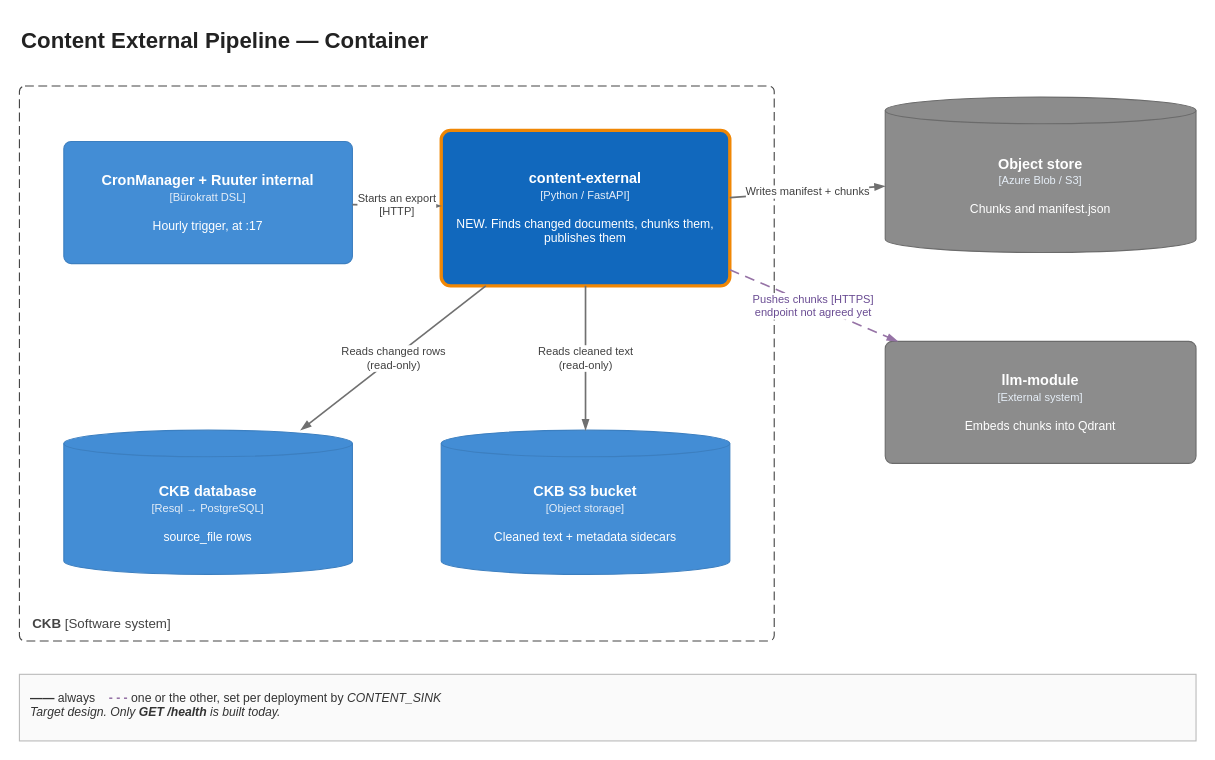
buerokratt/Common-Knowledge keeps this draw.io diagram as page "2. Container" (2 of 3) of content-external/docs/content-external-pipeline-architecture-diagram.drawio. Above is the earlier version. Source tidied: cells renumbered, new cells numbered last; positions are measured from the earlier drawing's top-left corner, leaving out a move shared by most shapes. Both pictures are drawn from the tidied source at 111%, with x=0, y=0 at pixel (19, 19).
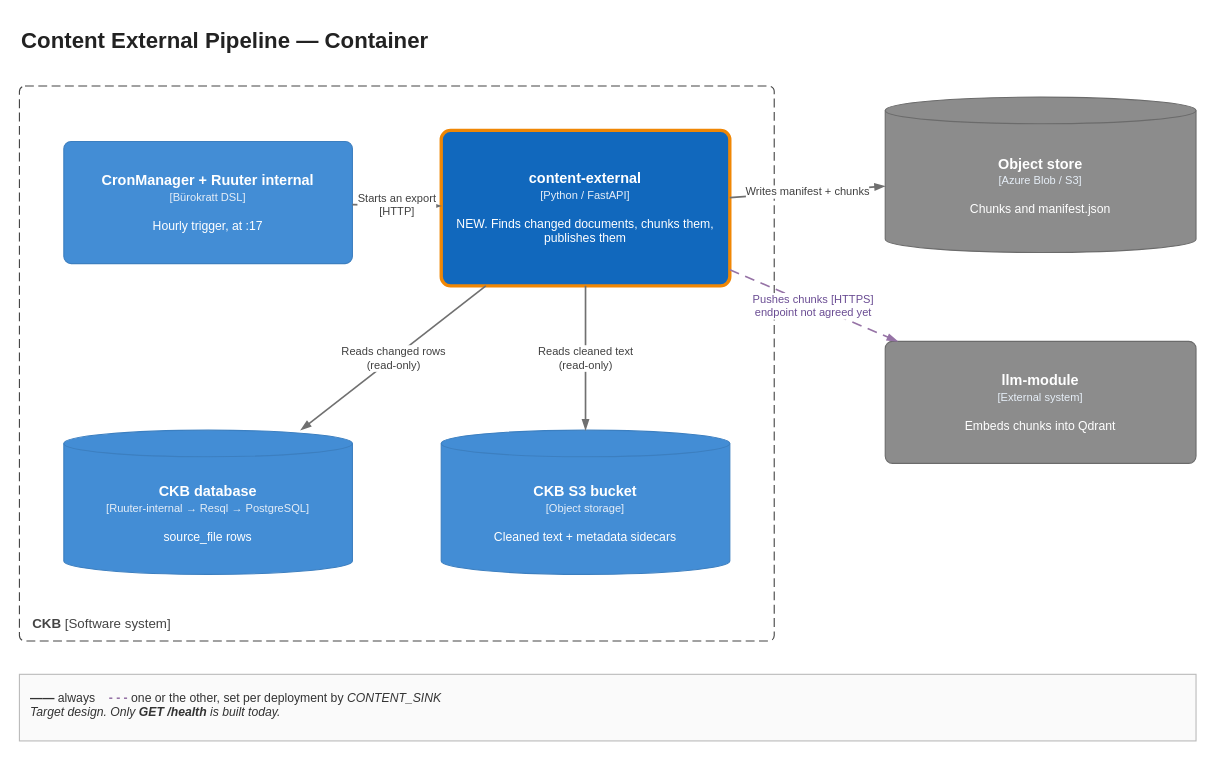
Above is the later version.

What changed in the source:
```diff
@@
 <mxGraphModel>
   <root>
     <mxCell id="0" />
     <mxCell id="1" parent="0" />
     <mxCell id="2" value="Content External Pipeline — Container" style="text;html=1;align=left;verticalAlign=top;whiteSpace=wrap;fontSize=20;fontStyle=1;fontColor=#222222;fontFamily=Helvetica;" parent="1" vertex="1">
       <mxGeometry width="900" height="40" as="geometry" />
     </mxCell>
     <mxCell id="3" value="&lt;b&gt;CKB&lt;/b&gt;  [Software system]" style="rounded=1;arcSize=1;whiteSpace=wrap;html=1;fillColor=none;dashed=1;dashPattern=8 4;strokeColor=#444444;fontColor=#444444;align=left;verticalAlign=bottom;spacingLeft=10;spacingBottom=6;fontSize=12;fontFamily=Helvetica;" parent="1" vertex="1">
       <mxGeometry y="60" width="680" height="500" as="geometry" />
     </mxCell>
     <mxCell id="4" value="&lt;b style='font-size:13px'&gt;CronManager + Ruuter internal&lt;/b&gt;&lt;br&gt;&lt;span style='font-size:10px;color:#E6EEF7'&gt;[Bürokratt DSL]&lt;/span&gt;&lt;br&gt;&lt;br&gt;&lt;span style='font-size:11px'&gt;Hourly trigger, at :17&lt;/span&gt;" style="rounded=1;arcSize=6;whiteSpace=wrap;html=1;fontSize=11;fontFamily=Helvetica;fillColor=#438DD5;strokeColor=#3C7FC0;fontColor=#ffffff;" parent="1" vertex="1">
       <mxGeometry x="40" y="110" width="260" height="110" as="geometry" />
     </mxCell>
     <mxCell id="5" value="&lt;b style='font-size:13px'&gt;content-external&lt;/b&gt;&lt;br&gt;&lt;span style='font-size:10px;color:#E6EEF7'&gt;[Python / FastAPI]&lt;/span&gt;&lt;br&gt;&lt;br&gt;&lt;span style='font-size:11px'&gt;NEW. Finds changed documents, chunks them, publishes them&lt;/span&gt;" style="rounded=1;arcSize=6;whiteSpace=wrap;html=1;fontSize=11;fontFamily=Helvetica;fillColor=#1168BD;strokeColor=#F08705;strokeWidth=3;fontColor=#ffffff;" parent="1" vertex="1">
       <mxGeometry x="380" y="100" width="260" height="140" as="geometry" />
     </mxCell>
-    <mxCell id="6" value="&lt;b style='font-size:13px'&gt;CKB database&lt;/b&gt;&lt;br&gt;&lt;span style='font-size:10px;color:#E6EEF7'&gt;[Resql → PostgreSQL]&lt;/span&gt;&lt;br&gt;&lt;br&gt;&lt;span style='font-size:11px'&gt;source_file rows&lt;/span&gt;" style="shape=cylinder3;boundedLbl=1;backgroundOutline=1;size=12;whiteSpace=wrap;html=1;fontSize=11;fontFamily=Helvetica;fillColor=#438DD5;strokeColor=#3C7FC0;fontColor=#ffffff;" parent="1" vertex="1">
+    <mxCell id="6" value="&lt;b style='font-size:13px'&gt;CKB database&lt;/b&gt;&lt;br&gt;&lt;span style='font-size:10px;color:#E6EEF7'&gt;[Ruuter-internal → Resql → PostgreSQL]&lt;/span&gt;&lt;br&gt;&lt;br&gt;&lt;span style='font-size:11px'&gt;source_file rows&lt;/span&gt;" style="shape=cylinder3;boundedLbl=1;backgroundOutline=1;size=12;whiteSpace=wrap;html=1;fontSize=11;fontFamily=Helvetica;fillColor=#438DD5;strokeColor=#3C7FC0;fontColor=#ffffff;" parent="1" vertex="1">
       <mxGeometry x="40" y="370" width="260" height="130" as="geometry" />
     </mxCell>
     <mxCell id="7" value="&lt;b style='font-size:13px'&gt;CKB S3 bucket&lt;/b&gt;&lt;br&gt;&lt;span style='font-size:10px;color:#E6EEF7'&gt;[Object storage]&lt;/span&gt;&lt;br&gt;&lt;br&gt;&lt;span style='font-size:11px'&gt;Cleaned text + metadata sidecars&lt;/span&gt;" style="shape=cylinder3;boundedLbl=1;backgroundOutline=1;size=12;whiteSpace=wrap;html=1;fontSize=11;fontFamily=Helvetica;fillColor=#438DD5;strokeColor=#3C7FC0;fontColor=#ffffff;" parent="1" vertex="1">
       <mxGeometry x="380" y="370" width="260" height="130" as="geometry" />
     </mxCell>
     <mxCell id="8" value="&lt;b style='font-size:13px'&gt;Object store&lt;/b&gt;&lt;br&gt;&lt;span style='font-size:10px;color:#E6EEF7'&gt;[Azure Blob / S3]&lt;/span&gt;&lt;br&gt;&lt;br&gt;&lt;span style='font-size:11px'&gt;Chunks and manifest.json&lt;/span&gt;" style="shape=cylinder3;boundedLbl=1;backgroundOutline=1;size=12;whiteSpace=wrap;html=1;fontSize=11;fontFamily=Helvetica;fillColor=#8C8C8C;strokeColor=#6B6B6B;fontColor=#ffffff;" parent="1" vertex="1">
       <mxGeometry x="780" y="70" width="280" height="140" as="geometry" />
     </mxCell>
     <mxCell id="9" value="&lt;b style='font-size:13px'&gt;llm-module&lt;/b&gt;&lt;br&gt;&lt;span style='font-size:10px;color:#E6EEF7'&gt;[External system]&lt;/span&gt;&lt;br&gt;&lt;br&gt;&lt;span style='font-size:11px'&gt;Embeds chunks into Qdrant&lt;/span&gt;" style="rounded=1;arcSize=6;whiteSpace=wrap;html=1;fontSize=11;fontFamily=Helvetica;fillColor=#8C8C8C;strokeColor=#6B6B6B;fontColor=#ffffff;" parent="1" vertex="1">
       <mxGeometry x="780" y="290" width="280" height="110" as="geometry" />
     </mxCell>
     <mxCell id="10" value="Starts an export&lt;br&gt;[HTTP]" style="endArrow=blockThin;endFill=1;html=1;rounded=0;edgeStyle=none;strokeWidth=1.5;strokeColor=#707070;fontColor=#404040;fontSize=10;labelBackgroundColor=#ffffff;fontFamily=Helvetica;" parent="1" edge="1" source="4" target="5">
       <mxGeometry relative="1" as="geometry" />
     </mxCell>
     <mxCell id="11" value="Reads changed rows&lt;br&gt;(read-only)" style="endArrow=blockThin;endFill=1;html=1;rounded=0;edgeStyle=none;strokeWidth=1.5;strokeColor=#707070;fontColor=#404040;fontSize=10;labelBackgroundColor=#ffffff;fontFamily=Helvetica;" parent="1" edge="1" source="5" target="6">
       <mxGeometry relative="1" as="geometry" />
     </mxCell>
     <mxCell id="12" value="Reads cleaned text&lt;br&gt;(read-only)" style="endArrow=blockThin;endFill=1;html=1;rounded=0;edgeStyle=none;strokeWidth=1.5;strokeColor=#707070;fontColor=#404040;fontSize=10;labelBackgroundColor=#ffffff;fontFamily=Helvetica;" parent="1" edge="1" source="5" target="7">
       <mxGeometry relative="1" as="geometry" />
     </mxCell>
     <mxCell id="13" value="Writes manifest + chunks" style="endArrow=blockThin;endFill=1;html=1;rounded=0;edgeStyle=none;strokeWidth=1.5;strokeColor=#707070;fontColor=#404040;fontSize=10;labelBackgroundColor=#ffffff;fontFamily=Helvetica;" parent="1" edge="1" source="5" target="8">
       <mxGeometry relative="1" as="geometry" />
     </mxCell>
     <mxCell id="14" value="Pushes chunks [HTTPS]&lt;br&gt;endpoint not agreed yet" style="endArrow=blockThin;endFill=1;html=1;rounded=0;edgeStyle=none;strokeWidth=1.5;strokeColor=#707070;fontColor=#404040;fontSize=10;labelBackgroundColor=#ffffff;fontFamily=Helvetica;dashed=1;dashPattern=6 4;strokeColor=#9673A6;fontColor=#6A4C93;" parent="1" edge="1" source="5" target="9">
       <mxGeometry relative="1" as="geometry" />
     </mxCell>
     <mxCell id="15" value="&lt;b&gt;&amp;#8212;&amp;#8212;&lt;/b&gt; always &amp;nbsp;&amp;nbsp; &lt;span style='color:#9673A6'&gt;&lt;b&gt;- - -&lt;/b&gt;&lt;/span&gt; one or the other, set per deployment by &lt;i&gt;CONTENT_SINK&lt;/i&gt;&lt;br&gt;&lt;i&gt;Target design. Only &lt;b&gt;GET /health&lt;/b&gt; is built today.&lt;/i&gt;" style="rounded=0;whiteSpace=wrap;html=1;align=left;verticalAlign=top;spacing=10;fontSize=11;fillColor=#FAFAFA;strokeColor=#BBBBBB;fontColor=#333333;fontFamily=Helvetica;" parent="1" vertex="1">
       <mxGeometry y="590" width="1060" height="60" as="geometry" />
     </mxCell>
   </root>
 </mxGraphModel>
```
